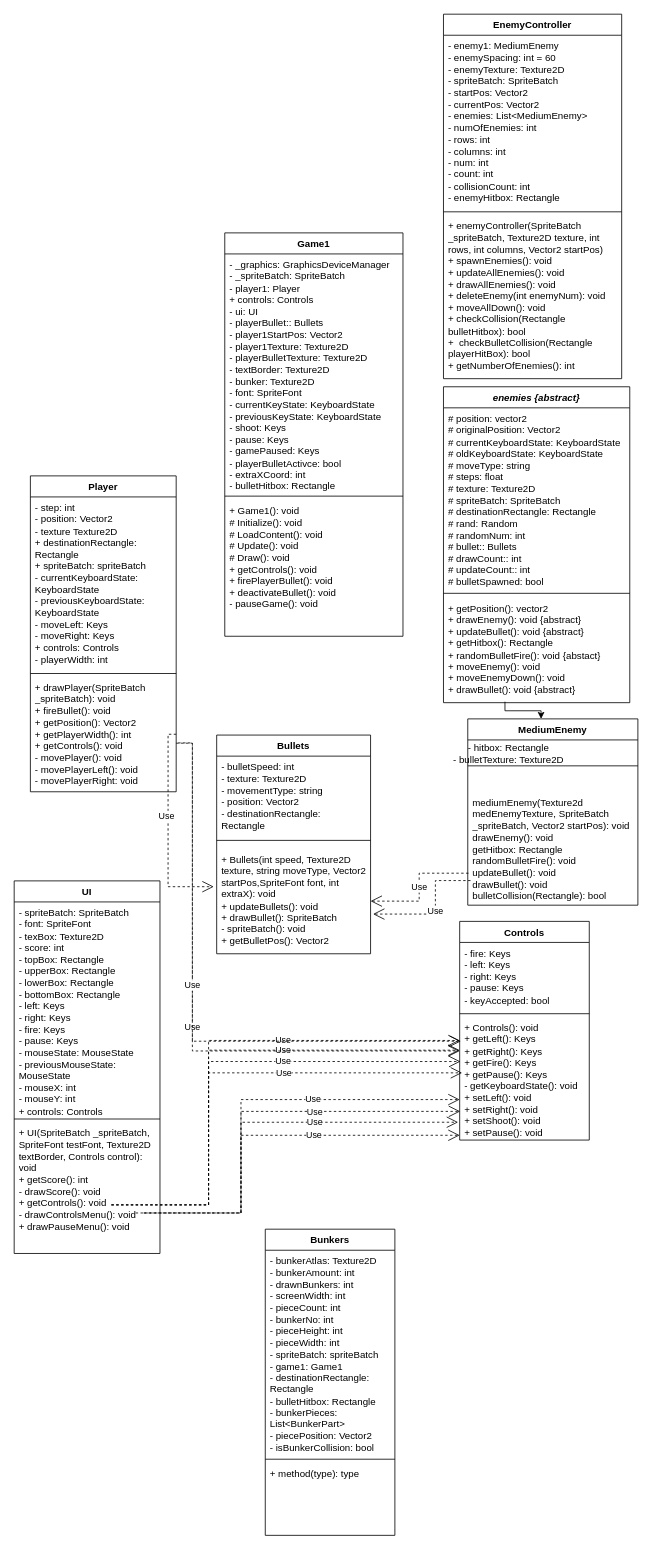
The draw.io diagram Diagrams/classDiagrams-EMS-HP.drawio in Ferogreywolf7/Alien-Attack, before the edit. Source tidied: cells renumbered, new cells numbered last; positions are measured from the earlier drawing's top-left corner, leaving out a move shared by most shapes. Both pictures are drawn from the tidied source at 81%, with x=0, y=0 at pixel (14, 14).
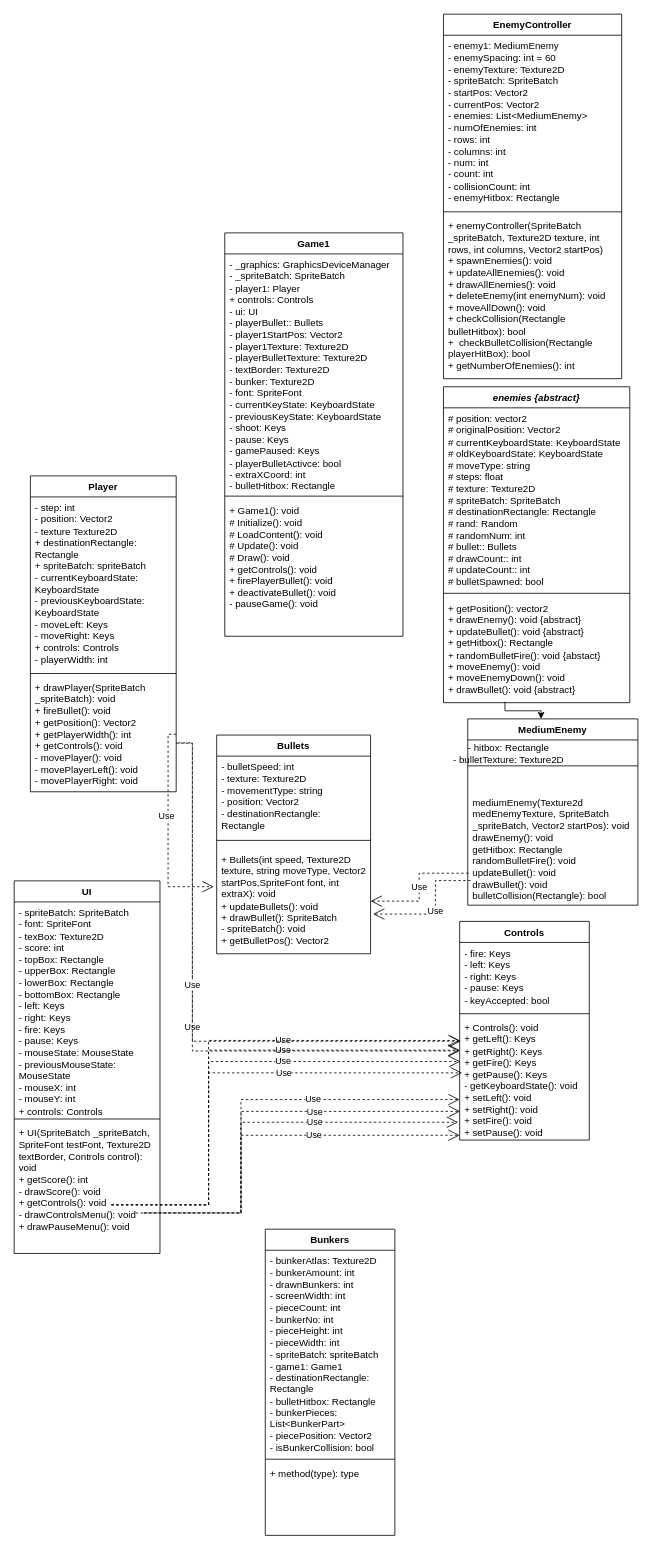
The same diagram, later.

The change refers to these unchanged cells:
```xml
<mxCell id="26" value="Controls" style="swimlane;fontStyle=1;align=center;verticalAlign=top;horizontal=1;startSize=26;whiteSpace=wrap;html=1;" parent="1" vertex="1">
  <mxGeometry x="550" y="1120" width="160" height="270" as="geometry" />
</mxCell>
```

Diff of the diagram source:
```diff
@@
-    <mxCell id="29" value="&lt;div&gt;+ Controls(): void&lt;/div&gt;&lt;div&gt;+ getLeft(): Keys&lt;/div&gt;&lt;div&gt;+ getRight(): Keys&lt;/div&gt;&lt;div&gt;+ getFire(): Keys&lt;/div&gt;&lt;div&gt;+ getPause(): Keys&lt;/div&gt;&lt;div&gt;- getKeyboardState(): void&lt;/div&gt;&lt;div&gt;+ setLeft(): void&lt;/div&gt;&lt;div&gt;+ setRight(): void&lt;/div&gt;&lt;div&gt;+ setShoot(): void&lt;/div&gt;&lt;div&gt;+ setPause(): void&lt;br&gt;&lt;/div&gt;" style="text;strokeColor=none;fillColor=none;align=left;verticalAlign=top;spacingLeft=4;spacingRight=4;overflow=hidden;points=[[0,0.5],[1,0.5]];portConstraint=eastwest;whiteSpace=wrap;html=1;" parent="26" vertex="1">
+    <mxCell id="29" value="&lt;div&gt;+ Controls(): void&lt;/div&gt;&lt;div&gt;+ getLeft(): Keys&lt;/div&gt;&lt;div&gt;+ getRight(): Keys&lt;/div&gt;&lt;div&gt;+ getFire(): Keys&lt;/div&gt;&lt;div&gt;+ getPause(): Keys&lt;/div&gt;&lt;div&gt;- getKeyboardState(): void&lt;/div&gt;&lt;div&gt;+ setLeft(): void&lt;/div&gt;&lt;div&gt;+ setRight(): void&lt;/div&gt;&lt;div&gt;+ setFire(): void&lt;/div&gt;&lt;div&gt;+ setPause(): void&lt;br&gt;&lt;/div&gt;" style="text;strokeColor=none;fillColor=none;align=left;verticalAlign=top;spacingLeft=4;spacingRight=4;overflow=hidden;points=[[0,0.5],[1,0.5]];portConstraint=eastwest;whiteSpace=wrap;html=1;" parent="26" vertex="1">
       <mxGeometry y="118" width="160" height="152" as="geometry" />
     </mxCell>
```
